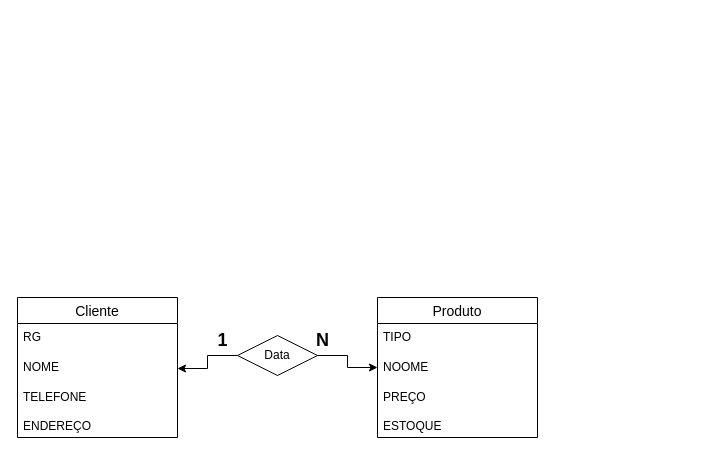
The draw.io diagram Diagrama2.drawio in vitoria-ketily/Banco-De-Dados, before the edit. Source tidied: cells renumbered, new cells numbered last; positions are measured from the earlier drawing's top-left corner, leaving out a move shared by most shapes. Both pictures are drawn from the tidied source at 100%, with x=0, y=0 at pixel (17, 297).
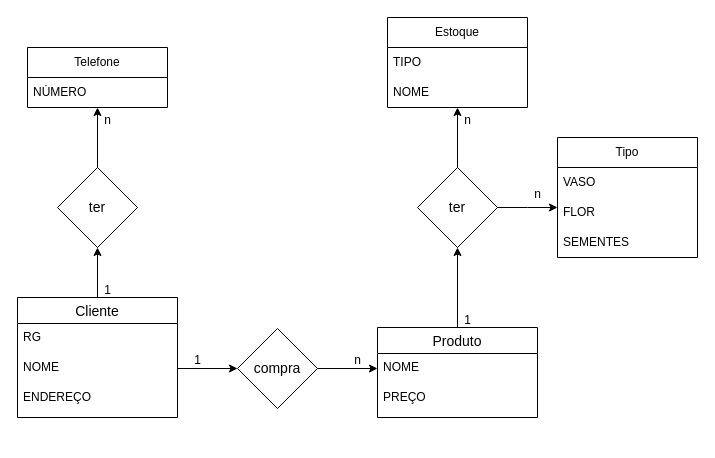
After the change.

The change refers to these unchanged cells:
```xml
<mxCell id="4" value="NOME" style="text;strokeColor=none;fillColor=none;spacingLeft=4;spacingRight=4;overflow=hidden;points=[[0,0.5],[1,0.5]];portConstraint=eastwest;fontSize=12;whiteSpace=wrap;html=1;" parent="2" vertex="1">
  <mxGeometry y="56" width="160" height="30" as="geometry" />
</mxCell>
```

Diff of the diagram source:
```diff
@@
+    <mxCell id="15" style="edgeStyle=orthogonalEdgeStyle;rounded=0;jettySize=auto;html=1;exitX=1;exitY=0.5;exitDx=0;exitDy=0;" parent="1" edge="1" source="4" target="19">
+      <mxGeometry relative="1" as="geometry" />
+    </mxCell>
+    <mxCell id="16" style="edgeStyle=orthogonalEdgeStyle;rounded=0;jettySize=auto;html=1;" parent="1" edge="1" source="2" target="21">
+      <mxGeometry relative="1" as="geometry" />
+    </mxCell>
     <mxCell id="2" value="Cliente" style="swimlane;fontStyle=0;horizontal=1;startSize=26;align=center;fontSize=14;" parent="1" vertex="1">
-      <mxGeometry width="160" height="140" as="geometry" />
+      <mxGeometry width="160" height="120" as="geometry" />
     </mxCell>
@@
-    <mxCell id="5" value="&lt;div&gt;TELEFONE&lt;/div&gt;&lt;div&gt;&lt;br&gt;&lt;/div&gt;&lt;div&gt;ENDEREÇO&lt;br&gt;&lt;/div&gt;" style="text;strokeColor=none;fillColor=none;spacingLeft=4;spacingRight=4;overflow=hidden;fontSize=12;whiteSpace=wrap;html=1;" parent="2" vertex="1">
-      <mxGeometry y="86" width="160" height="54" as="geometry" />
+    <mxCell id="5" value="ENDEREÇO" style="text;strokeColor=none;fillColor=none;spacingLeft=4;spacingRight=4;overflow=hidden;fontSize=12;whiteSpace=wrap;html=1;" parent="2" vertex="1">
+      <mxGeometry y="86" width="160" height="34" as="geometry" />
     </mxCell>
+    <mxCell id="17" style="edgeStyle=orthogonalEdgeStyle;rounded=0;jettySize=auto;html=1;" parent="1" edge="1" source="6" target="24">
+      <mxGeometry relative="1" as="geometry" />
+    </mxCell>
     <mxCell id="6" value="Produto" style="swimlane;fontStyle=0;horizontal=1;startSize=26;align=center;fontSize=14;" parent="1" vertex="1">
-      <mxGeometry x="360" width="160" height="140" as="geometry" />
+      <mxGeometry x="360" y="30" width="160" height="90" as="geometry" />
     </mxCell>
-    <mxCell id="7" value="TIPO" style="text;strokeColor=none;fillColor=none;spacingLeft=4;spacingRight=4;overflow=hidden;fontSize=12;whiteSpace=wrap;html=1;" parent="6" vertex="1">
-      <mxGeometry y="26" width="160" height="30" as="geometry" />
-    </mxCell>
-    <mxCell id="8" value="NOOME" style="text;strokeColor=none;fillColor=none;spacingLeft=4;spacingRight=4;overflow=hidden;points=[[0,0.5],[1,0.5]];portConstraint=eastwest;fontSize=12;whiteSpace=wrap;html=1;" parent="6" vertex="1">
-      <mxGeometry y="56" width="160" height="30" as="geometry" />
+    <mxCell id="8" value="&lt;div&gt;NOME&lt;/div&gt;" style="text;strokeColor=none;fillColor=none;spacingLeft=4;spacingRight=4;overflow=hidden;points=[[0,0.5],[1,0.5]];portConstraint=eastwest;fontSize=12;whiteSpace=wrap;html=1;" parent="6" vertex="1">
+      <mxGeometry y="26" width="160" height="30" as="geometry" />
     </mxCell>
-    <mxCell id="9" value="&lt;div&gt;PREÇO&lt;/div&gt;&lt;div&gt;&lt;br&gt;&lt;/div&gt;&lt;div&gt;ESTOQUE&lt;br&gt;&lt;/div&gt;" style="text;strokeColor=none;fillColor=none;spacingLeft=4;spacingRight=4;overflow=hidden;fontSize=12;whiteSpace=wrap;html=1;" parent="6" vertex="1">
-      <mxGeometry y="86" width="160" height="54" as="geometry" />
+    <mxCell id="9" value="PREÇO" style="text;strokeColor=none;fillColor=none;spacingLeft=4;spacingRight=4;overflow=hidden;fontSize=12;whiteSpace=wrap;html=1;" parent="6" vertex="1">
+      <mxGeometry y="56" width="160" height="34" as="geometry" />
     </mxCell>
-    <mxCell id="10" style="edgeStyle=orthogonalEdgeStyle;rounded=0;jettySize=auto;html=1;entryX=0;entryY=0.467;entryDx=0;entryDy=0;entryPerimeter=0;" parent="1" edge="1" source="12" target="8">
-      <mxGeometry relative="1" as="geometry" />
-    </mxCell>
-    <mxCell id="11" style="edgeStyle=orthogonalEdgeStyle;rounded=0;jettySize=auto;html=1;" parent="1" edge="1" source="12" target="4">
-      <mxGeometry relative="1" as="geometry" />
-    </mxCell>
-    <mxCell id="12" value="Data" style="rhombus;whiteSpace=wrap;html=1;" parent="1" vertex="1">
-      <mxGeometry x="220" y="38" width="80" height="40" as="geometry" />
-    </mxCell>
-    <mxCell id="13" value="&lt;font style=&quot;font-size: 18px;&quot;&gt;&lt;b&gt;1&lt;/b&gt;&lt;/font&gt;" style="text;html=1;align=center;verticalAlign=middle;strokeColor=none;fillColor=none;" parent="1" vertex="1">
-      <mxGeometry x="190" y="23" width="30" height="40" as="geometry" />
-    </mxCell>
-    <mxCell id="14" value="&lt;font style=&quot;font-size: 18px;&quot;&gt;&lt;b&gt;N&lt;/b&gt;&lt;/font&gt;" style="text;html=1;align=center;verticalAlign=middle;strokeColor=none;fillColor=none;" parent="1" vertex="1">
-      <mxGeometry x="285" y="23" width="40" height="40" as="geometry" />
-    </mxCell>
+    <mxCell id="18" style="edgeStyle=orthogonalEdgeStyle;rounded=0;jettySize=auto;html=1;entryX=0;entryY=0.5;entryDx=0;entryDy=0;" parent="1" edge="1" source="19" target="8">
+      <mxGeometry relative="1" as="geometry" />
+    </mxCell>
+    <mxCell id="19" value="compra" style="rhombus;whiteSpace=wrap;html=1;fontSize=14;fontStyle=0;startSize=26;" parent="1" vertex="1">
+      <mxGeometry x="220" y="31" width="80" height="80" as="geometry" />
+    </mxCell>
+    <mxCell id="20" style="edgeStyle=orthogonalEdgeStyle;rounded=0;jettySize=auto;html=1;" parent="1" edge="1" source="21">
+      <mxGeometry relative="1" as="geometry">
+        <mxPoint x="80" y="-190" as="targetPoint" />
+      </mxGeometry>
+    </mxCell>
+    <mxCell id="21" value="ter" style="rhombus;whiteSpace=wrap;html=1;fontSize=14;fontStyle=0;startSize=26;" parent="1" vertex="1">
+      <mxGeometry x="40" y="-130" width="80" height="80" as="geometry" />
+    </mxCell>
+    <mxCell id="22" style="edgeStyle=orthogonalEdgeStyle;rounded=0;jettySize=auto;html=1;" parent="1" edge="1" source="24">
+      <mxGeometry relative="1" as="geometry">
+        <mxPoint x="440" y="-190" as="targetPoint" />
+      </mxGeometry>
+    </mxCell>
+    <mxCell id="23" style="edgeStyle=orthogonalEdgeStyle;rounded=0;jettySize=auto;html=1;" parent="1" edge="1" source="24">
+      <mxGeometry relative="1" as="geometry">
+        <mxPoint x="540" y="-90" as="targetPoint" />
+      </mxGeometry>
+    </mxCell>
+    <mxCell id="24" value="ter" style="rhombus;whiteSpace=wrap;html=1;fontSize=14;fontStyle=0;startSize=26;" parent="1" vertex="1">
+      <mxGeometry x="400" y="-130" width="80" height="80" as="geometry" />
+    </mxCell>
+    <mxCell id="25" value="Estoque" style="swimlane;fontStyle=0;horizontal=1;startSize=30;whiteSpace=wrap;html=1;" parent="1" vertex="1">
+      <mxGeometry x="370" y="-280" width="140" height="90" as="geometry" />
+    </mxCell>
+    <mxCell id="7" value="TIPO" style="text;strokeColor=none;fillColor=none;align=left;verticalAlign=middle;spacingLeft=4;spacingRight=4;overflow=hidden;whiteSpace=wrap;html=1;" parent="25" vertex="1">
+      <mxGeometry y="30" width="140" height="30" as="geometry" />
+    </mxCell>
+    <mxCell id="26" value="NOME" style="text;strokeColor=none;fillColor=none;align=left;verticalAlign=middle;spacingLeft=4;spacingRight=4;overflow=hidden;whiteSpace=wrap;html=1;" parent="25" vertex="1">
+      <mxGeometry y="60" width="140" height="30" as="geometry" />
+    </mxCell>
+    <mxCell id="27" value="Tipo" style="swimlane;fontStyle=0;horizontal=1;startSize=30;whiteSpace=wrap;html=1;" parent="1" vertex="1">
+      <mxGeometry x="540" y="-160" width="140" height="120" as="geometry" />
+    </mxCell>
+    <mxCell id="28" value="VASO" style="text;strokeColor=none;fillColor=none;align=left;verticalAlign=middle;spacingLeft=4;spacingRight=4;overflow=hidden;whiteSpace=wrap;html=1;" parent="27" vertex="1">
+      <mxGeometry y="30" width="140" height="30" as="geometry" />
+    </mxCell>
+    <mxCell id="29" value="FLOR" style="text;strokeColor=none;fillColor=none;align=left;verticalAlign=middle;spacingLeft=4;spacingRight=4;overflow=hidden;whiteSpace=wrap;html=1;" parent="27" vertex="1">
+      <mxGeometry y="60" width="140" height="30" as="geometry" />
+    </mxCell>
+    <mxCell id="30" value="SEMENTES" style="text;strokeColor=none;fillColor=none;align=left;verticalAlign=middle;spacingLeft=4;spacingRight=4;overflow=hidden;whiteSpace=wrap;html=1;" parent="27" vertex="1">
+      <mxGeometry y="90" width="140" height="30" as="geometry" />
+    </mxCell>
+    <mxCell id="31" value="Telefone" style="swimlane;fontStyle=0;horizontal=1;startSize=30;whiteSpace=wrap;html=1;" parent="1" vertex="1">
+      <mxGeometry x="10" y="-250" width="140" height="60" as="geometry" />
+    </mxCell>
+    <mxCell id="32" value="NÚMERO" style="text;strokeColor=none;fillColor=none;align=left;verticalAlign=middle;spacingLeft=4;spacingRight=4;overflow=hidden;whiteSpace=wrap;html=1;" parent="31" vertex="1">
+      <mxGeometry y="30" width="140" height="30" as="geometry" />
+    </mxCell>
+    <mxCell id="33" value="1" style="text;html=1;align=center;verticalAlign=middle;strokeColor=none;fillColor=none;" parent="1" vertex="1">
+      <mxGeometry x="165" y="48" width="30" height="30" as="geometry" />
+    </mxCell>
+    <mxCell id="34" value="n" style="text;html=1;align=center;verticalAlign=middle;strokeColor=none;fillColor=none;" parent="1" vertex="1">
+      <mxGeometry x="325" y="48" width="30" height="30" as="geometry" />
+    </mxCell>
+    <mxCell id="35" value="1" style="text;html=1;align=center;verticalAlign=middle;strokeColor=none;fillColor=none;" parent="1" vertex="1">
+      <mxGeometry x="435" y="8" width="30" height="30" as="geometry" />
+    </mxCell>
+    <mxCell id="36" value="n" style="text;html=1;align=center;verticalAlign=middle;strokeColor=none;fillColor=none;" parent="1" vertex="1">
+      <mxGeometry x="435" y="-192" width="30" height="30" as="geometry" />
+    </mxCell>
+    <mxCell id="37" value="n" style="text;html=1;align=center;verticalAlign=middle;strokeColor=none;fillColor=none;" parent="1" vertex="1">
+      <mxGeometry x="505" y="-118" width="30" height="30" as="geometry" />
+    </mxCell>
+    <mxCell id="38" value="1" style="text;html=1;align=center;verticalAlign=middle;strokeColor=none;fillColor=none;" parent="1" vertex="1">
+      <mxGeometry x="75" y="-22" width="30" height="30" as="geometry" />
+    </mxCell>
+    <mxCell id="39" value="n" style="text;html=1;align=center;verticalAlign=middle;strokeColor=none;fillColor=none;" parent="1" vertex="1">
+      <mxGeometry x="75" y="-192" width="30" height="30" as="geometry" />
+    </mxCell>
```
